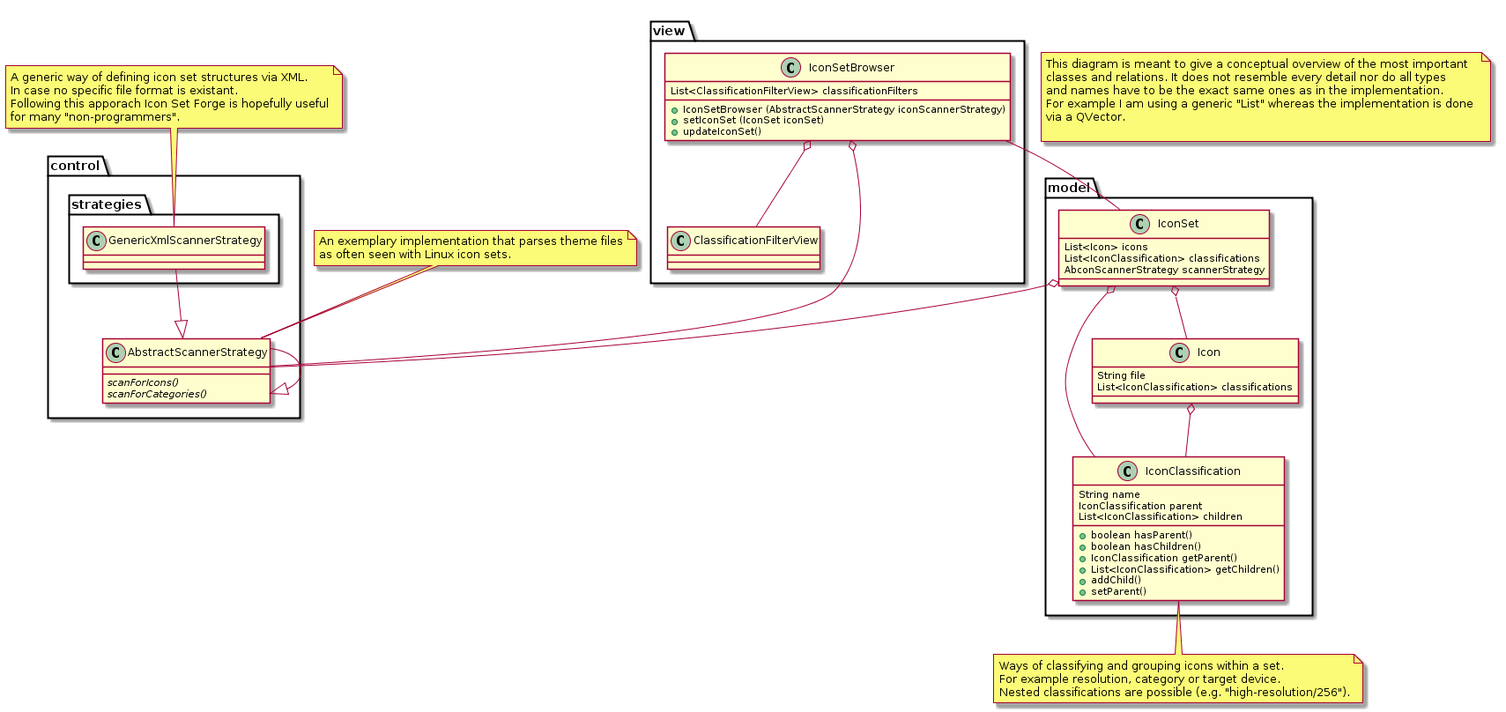
This is Concept/classes.png from Manuel-Kehl/Icon-Set-Forge, a PlantUML export, as it was before one commit.
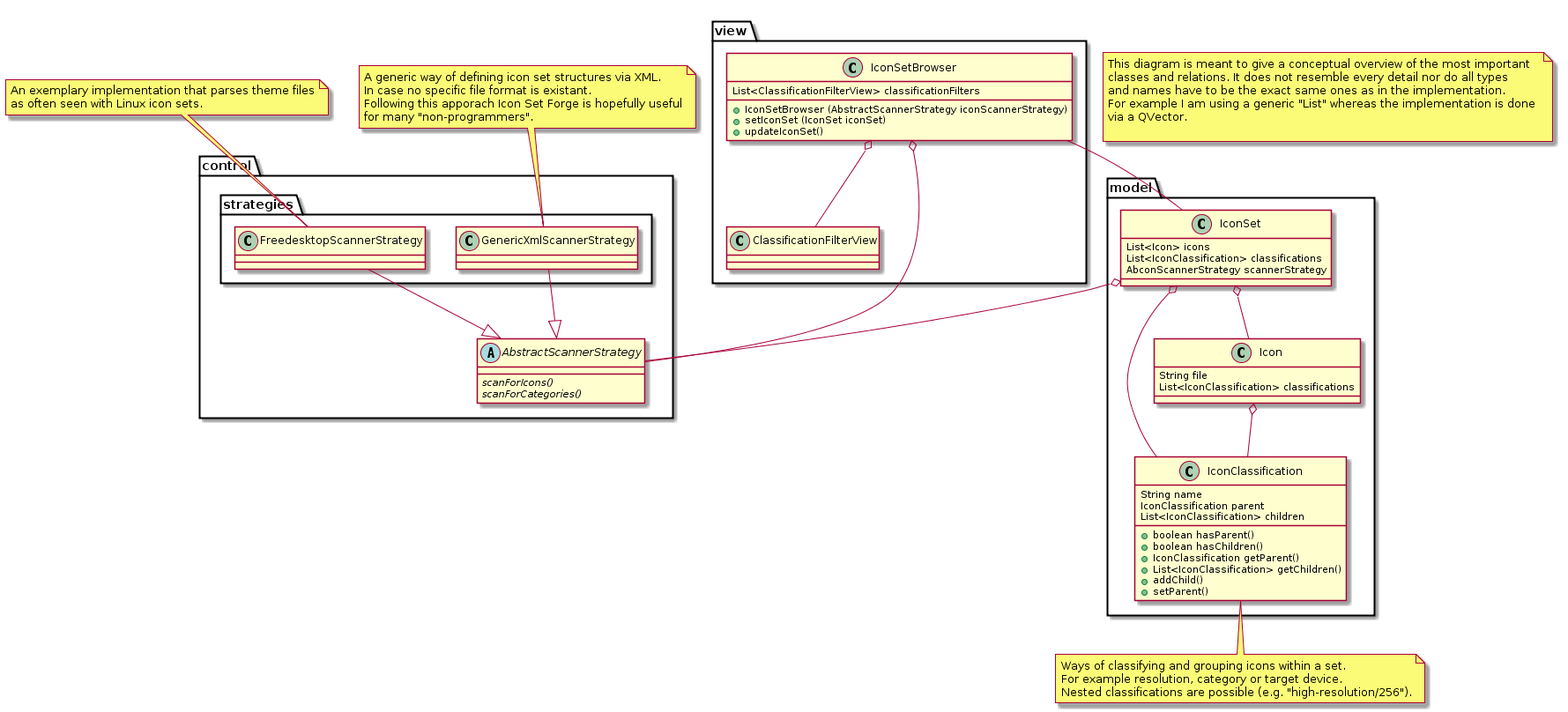
After the change.

Commit message:
Improved diagram readability and fixed a "bug".

The edit, as a diff of the source:
```diff
@@ -15,7 +15,7 @@
 		{abstract} + scanForCategories()
 	}
 	package strategies {
-		class AbstractScannerStrategy --|> AbstractScannerStrategy
+		class FreedesktopScannerStrategy --|> AbstractScannerStrategy
 		class GenericXmlScannerStrategy --|> AbstractScannerStrategy
 	}
 }
@@ -68,7 +68,7 @@
 
 note bottom of IconClassification: Ways of classifying and grouping icons within a set.\nFor example resolution, category or target device.\nNested classifications are possible (e.g. "high-resolution/256").
 
-note top of AbstractScannerStrategy: An exemplary implementation that parses theme files\nas often seen with Linux icon sets.
+note top of FreedesktopScannerStrategy: An exemplary implementation that parses theme files\nas often seen with Linux icon sets.
 
 note top of GenericXmlScannerStrategy: A generic way of defining icon set structures via XML.\nIn case no specific file format is existant.\nFollowing this apporach Icon Set Forge is hopefully useful\nfor many "non-programmers".
 
```
